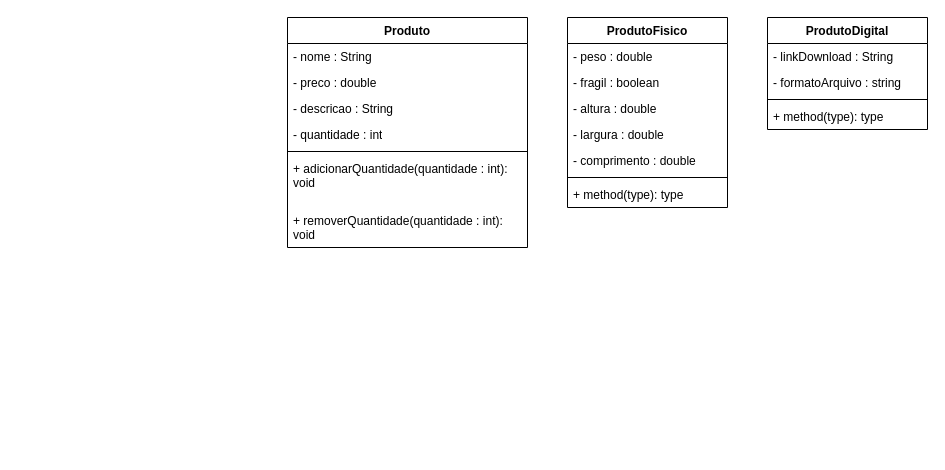
TiagoMello1557/oop_diagrams keeps this draw.io diagram as Diagrama sem nome.drawio. Above is the earlier version. Source tidied: cells renumbered, new cells numbered last; positions are measured from the earlier drawing's top-left corner, leaving out a move shared by most shapes. Both pictures are drawn from the tidied source at 100%, with x=0, y=0 at pixel (287, 17).
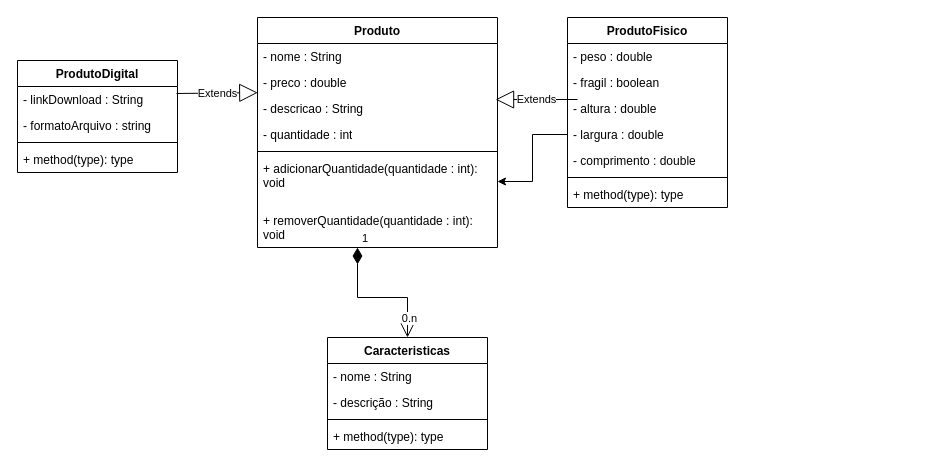
The same diagram, later.

The change refers to these unchanged cells:
```xml
<mxCell id="4" value="- preco : double" style="text;strokeColor=none;fillColor=none;align=left;verticalAlign=top;spacingLeft=4;spacingRight=4;overflow=hidden;points=[[0,0.5],[1,0.5]];portConstraint=eastwest;whiteSpace=wrap;html=1;" parent="2" vertex="1">
  <mxGeometry y="52" width="240" height="26" as="geometry" />
</mxCell>
<mxCell id="5" value="- descricao : String" style="text;strokeColor=none;fillColor=none;align=left;verticalAlign=top;spacingLeft=4;spacingRight=4;overflow=hidden;points=[[0,0.5],[1,0.5]];portConstraint=eastwest;whiteSpace=wrap;html=1;" parent="2" vertex="1">
  <mxGeometry y="78" width="240" height="26" as="geometry" />
</mxCell>
<mxCell id="8" value="+ adicionarQuantidade(quantidade : int): void" style="text;strokeColor=none;fillColor=none;align=left;verticalAlign=top;spacingLeft=4;spacingRight=4;overflow=hidden;points=[[0,0.5],[1,0.5]];portConstraint=eastwest;whiteSpace=wrap;html=1;" parent="2" vertex="1">
  <mxGeometry y="138" width="240" height="52" as="geometry" />
</mxCell>
<mxCell id="9" value="+ removerQuantidade(quantidade : int): void" style="text;strokeColor=none;fillColor=none;align=left;verticalAlign=top;spacingLeft=4;spacingRight=4;overflow=hidden;points=[[0,0.5],[1,0.5]];portConstraint=eastwest;whiteSpace=wrap;html=1;" parent="2" vertex="1">
  <mxGeometry y="190" width="240" height="40" as="geometry" />
</mxCell>
<mxCell id="13" value="- altura : double" style="text;strokeColor=none;fillColor=none;align=left;verticalAlign=top;spacingLeft=4;spacingRight=4;overflow=hidden;points=[[0,0.5],[1,0.5]];portConstraint=eastwest;whiteSpace=wrap;html=1;" parent="10" vertex="1">
  <mxGeometry y="78" width="160" height="26" as="geometry" />
</mxCell>
<mxCell id="14" value="- largura : double" style="text;strokeColor=none;fillColor=none;align=left;verticalAlign=top;spacingLeft=4;spacingRight=4;overflow=hidden;points=[[0,0.5],[1,0.5]];portConstraint=eastwest;whiteSpace=wrap;html=1;" parent="10" vertex="1">
  <mxGeometry y="104" width="160" height="26" as="geometry" />
</mxCell>
<mxCell id="19" value="- linkDownload : String" style="text;strokeColor=none;fillColor=none;align=left;verticalAlign=top;spacingLeft=4;spacingRight=4;overflow=hidden;points=[[0,0.5],[1,0.5]];portConstraint=eastwest;whiteSpace=wrap;html=1;" parent="18" vertex="1">
  <mxGeometry y="26" width="160" height="26" as="geometry" />
</mxCell>
```

What changed in the source:
```diff
@@
     <mxCell id="2" value="Produto" style="swimlane;fontStyle=1;align=center;verticalAlign=top;horizontal=1;startSize=26;whiteSpace=wrap;html=1;" parent="1" vertex="1">
-      <mxGeometry width="240" height="230" as="geometry" />
+      <mxGeometry x="-30" width="240" height="230" as="geometry" />
     </mxCell>
@@
     <mxCell id="18" value="ProdutoDigital" style="swimlane;fontStyle=1;align=center;verticalAlign=top;horizontal=1;startSize=26;whiteSpace=wrap;html=1;" parent="1" vertex="1">
-      <mxGeometry x="480" width="160" height="112" as="geometry" />
+      <mxGeometry x="-270" y="43" width="160" height="112" as="geometry" />
     </mxCell>
@@
+    <mxCell id="23" value="Extends" style="endArrow=block;endSize=16;endFill=0;html=1;rounded=0;entryX=0.992;entryY=0.154;entryDx=0;entryDy=0;entryPerimeter=0;exitX=0.063;exitY=0.154;exitDx=0;exitDy=0;exitPerimeter=0;" parent="1" edge="1" source="13" target="5">
+      <mxGeometry relative="1" as="geometry" />
+    </mxCell>
+    <mxCell id="24" value="Extends" style="endArrow=block;endSize=16;endFill=0;html=1;rounded=0;exitX=0.994;exitY=0.269;exitDx=0;exitDy=0;exitPerimeter=0;entryX=0.001;entryY=0.891;entryDx=0;entryDy=0;entryPerimeter=0;" parent="1" edge="1" source="19" target="4">
+      <mxGeometry relative="1" as="geometry" />
+    </mxCell>
+    <mxCell id="25" value="Caracteristicas" style="swimlane;fontStyle=1;align=center;verticalAlign=top;horizontal=1;startSize=26;whiteSpace=wrap;html=1;" parent="1" vertex="1">
+      <mxGeometry x="40" y="320" width="160" height="112" as="geometry" />
+    </mxCell>
+    <mxCell id="26" value="- nome : String" style="text;strokeColor=none;fillColor=none;align=left;verticalAlign=top;spacingLeft=4;spacingRight=4;overflow=hidden;whiteSpace=wrap;html=1;" parent="25" vertex="1">
+      <mxGeometry y="26" width="160" height="26" as="geometry" />
+    </mxCell>
+    <mxCell id="27" value="- descrição : String" style="text;strokeColor=none;fillColor=none;align=left;verticalAlign=top;spacingLeft=4;spacingRight=4;overflow=hidden;whiteSpace=wrap;html=1;" parent="25" vertex="1">
+      <mxGeometry y="52" width="160" height="26" as="geometry" />
+    </mxCell>
+    <mxCell id="28" style="line;strokeWidth=1;fillColor=none;align=left;verticalAlign=middle;spacingTop=-1;spacingLeft=3;spacingRight=3;labelPosition=right;strokeColor=inherit;" parent="25" vertex="1">
+      <mxGeometry y="78" width="160" height="8" as="geometry" />
+    </mxCell>
+    <mxCell id="29" value="+ method(type): type" style="text;strokeColor=none;fillColor=none;align=left;verticalAlign=top;spacingLeft=4;spacingRight=4;overflow=hidden;whiteSpace=wrap;html=1;" parent="25" vertex="1">
+      <mxGeometry y="86" width="160" height="26" as="geometry" />
+    </mxCell>
+    <mxCell id="30" value="1" style="endArrow=open;html=1;endSize=12;startArrow=diamondThin;startSize=14;startFill=1;edgeStyle=orthogonalEdgeStyle;align=left;verticalAlign=bottom;rounded=0;entryX=0.5;entryY=0;entryDx=0;entryDy=0;" parent="1" edge="1" source="9" target="25">
+      <mxGeometry x="-1" y="3" relative="1" as="geometry">
+        <Array as="points">
+          <mxPoint x="70" y="280" />
+          <mxPoint x="120" y="280" />
+        </Array>
+      </mxGeometry>
+    </mxCell>
+    <mxCell id="31" value="0.n" style="edgeLabel;html=1;align=center;verticalAlign=middle;" parent="30" vertex="1">
+      <mxGeometry x="0.71" y="1" relative="1" as="geometry" />
+    </mxCell>
+    <mxCell id="32" style="edgeStyle=orthogonalEdgeStyle;rounded=0;jettySize=auto;html=1;" parent="1" edge="1" source="14" target="8">
+      <mxGeometry relative="1" as="geometry" />
+    </mxCell>
```
